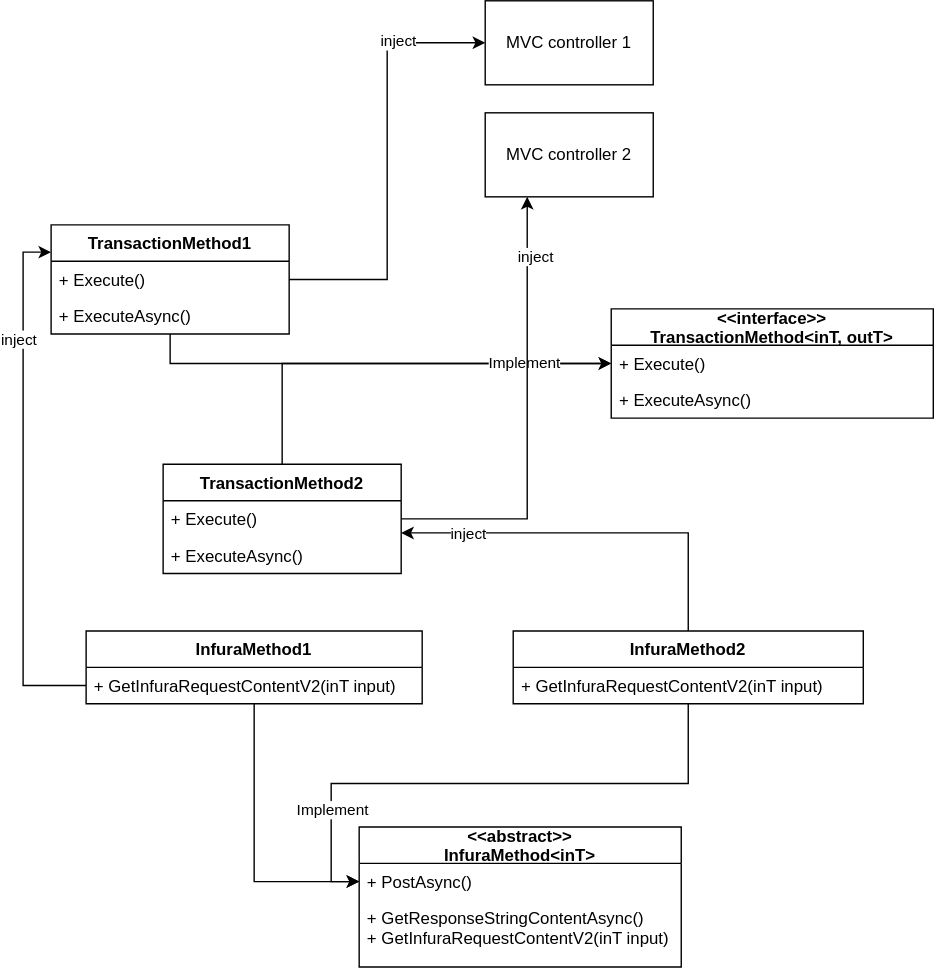
OnoNguyen/EthereumTransactionSearch keeps this draw.io diagram as infuraCD.svg. Above is the earlier version. Source tidied: cells renumbered, new cells last; positions are measured from the earlier drawing's top-left corner, leaving out a move shared by most shapes.
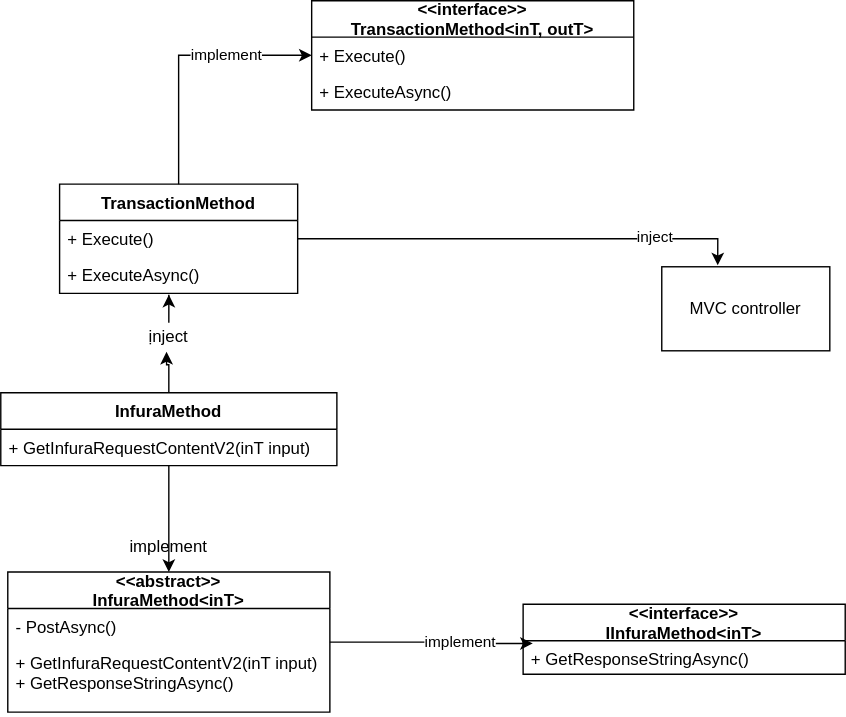
After the change.

What changed in the source:
```diff
@@ -3,7 +3,7 @@
     <mxCell id="0" />
     <mxCell id="1" parent="0" />
     <mxCell id="2" value="&lt;&lt;interface&gt;&gt;&#10;TransactionMethod&lt;inT, outT&gt;" style="swimlane;fontStyle=1;horizontal=1;startSize=26;fillColor=none;" parent="1" vertex="1">
-      <mxGeometry x="400" y="220" width="230" height="78" as="geometry" />
+      <mxGeometry x="210" y="-160" width="230" height="78" as="geometry" />
     </mxCell>
     <mxCell id="3" value="+ Execute()" style="text;strokeColor=none;fillColor=none;align=left;verticalAlign=top;spacingLeft=4;spacingRight=4;overflow=hidden;points=[[0,0.5],[1,0.5]];portConstraint=eastwest;" parent="2" vertex="1">
       <mxGeometry y="26" width="230" height="26" as="geometry" />
@@ -14,14 +14,17 @@
     <mxCell id="5" style="edgeStyle=orthogonalEdgeStyle;rounded=0;jettySize=auto;html=1;entryX=0;entryY=0.5;entryDx=0;entryDy=0;" parent="1" edge="1" source="8" target="3">
       <mxGeometry relative="1" as="geometry" />
     </mxCell>
+    <mxCell id="34" value="implement" style="edgeLabel;html=1;align=center;verticalAlign=middle;" parent="5" vertex="1">
+      <mxGeometry x="0.34" y="1" relative="1" as="geometry" />
+    </mxCell>
-    <mxCell id="6" style="edgeStyle=orthogonalEdgeStyle;rounded=0;jettySize=auto;html=1;entryX=0;entryY=0.5;entryDx=0;entryDy=0;" parent="1" edge="1" source="8" target="32">
+    <mxCell id="6" style="edgeStyle=orthogonalEdgeStyle;rounded=0;jettySize=auto;html=1;entryX=0.333;entryY=-0.017;entryDx=0;entryDy=0;entryPerimeter=0;" parent="1" edge="1" source="8" target="33">
       <mxGeometry relative="1" as="geometry" />
     </mxCell>
     <mxCell id="7" value="inject" style="edgeLabel;html=1;align=center;verticalAlign=middle;" parent="6" vertex="1">
       <mxGeometry x="0.59" y="2" relative="1" as="geometry" />
     </mxCell>
-    <mxCell id="8" value="TransactionMethod1" style="swimlane;fontStyle=1;horizontal=1;startSize=26;fillColor=none;" parent="1" vertex="1">
-      <mxGeometry y="160" width="170" height="78" as="geometry" />
+    <mxCell id="8" value="TransactionMethod" style="swimlane;fontStyle=1;horizontal=1;startSize=26;fillColor=none;" parent="1" vertex="1">
+      <mxGeometry x="30" y="-29" width="170" height="78" as="geometry" />
     </mxCell>
     <mxCell id="9" value="+ Execute()" style="text;strokeColor=none;fillColor=none;align=left;verticalAlign=top;spacingLeft=4;spacingRight=4;overflow=hidden;" parent="8" vertex="1">
       <mxGeometry y="26" width="170" height="26" as="geometry" />
@@ -29,74 +32,50 @@
     <mxCell id="10" value="+ ExecuteAsync()" style="text;strokeColor=none;fillColor=none;align=left;verticalAlign=top;spacingLeft=4;spacingRight=4;overflow=hidden;points=[[0,0.5],[1,0.5]];portConstraint=eastwest;" parent="8" vertex="1">
       <mxGeometry y="52" width="170" height="26" as="geometry" />
     </mxCell>
-    <mxCell id="11" style="edgeStyle=orthogonalEdgeStyle;rounded=0;jettySize=auto;html=1;entryX=0;entryY=0.5;entryDx=0;entryDy=0;" parent="1" edge="1" source="15" target="3">
-      <mxGeometry relative="1" as="geometry" />
-    </mxCell>
-    <mxCell id="12" value="Implement" style="edgeLabel;html=1;align=center;verticalAlign=middle;" parent="11" vertex="1">
-      <mxGeometry x="0.59" y="1" relative="1" as="geometry" />
-    </mxCell>
-    <mxCell id="13" style="edgeStyle=orthogonalEdgeStyle;rounded=0;jettySize=auto;html=1;entryX=0.25;entryY=1;entryDx=0;entryDy=0;" parent="1" edge="1" source="15" target="33">
-      <mxGeometry relative="1" as="geometry" />
-    </mxCell>
-    <mxCell id="14" value="inject" style="edgeLabel;html=1;align=center;verticalAlign=middle;" parent="13" vertex="1">
-      <mxGeometry x="0.74" y="-5" relative="1" as="geometry" />
-    </mxCell>
-    <mxCell id="15" value="TransactionMethod2" style="swimlane;fontStyle=1;horizontal=1;startSize=26;fillColor=none;" parent="1" vertex="1">
-      <mxGeometry x="80" y="331" width="170" height="78" as="geometry" />
-    </mxCell>
-    <mxCell id="16" value="+ Execute()" style="text;strokeColor=none;fillColor=none;align=left;verticalAlign=top;spacingLeft=4;spacingRight=4;overflow=hidden;" parent="15" vertex="1">
-      <mxGeometry y="26" width="170" height="26" as="geometry" />
-    </mxCell>
-    <mxCell id="17" value="+ ExecuteAsync()" style="text;strokeColor=none;fillColor=none;align=left;verticalAlign=top;spacingLeft=4;spacingRight=4;overflow=hidden;points=[[0,0.5],[1,0.5]];portConstraint=eastwest;" parent="15" vertex="1">
-      <mxGeometry y="52" width="170" height="26" as="geometry" />
-    </mxCell>
+    <mxCell id="35" style="edgeStyle=orthogonalEdgeStyle;rounded=0;jettySize=auto;html=1;entryX=0.03;entryY=0.083;entryDx=0;entryDy=0;entryPerimeter=0;" parent="1" edge="1" source="18" target="40">
+      <mxGeometry relative="1" as="geometry" />
+    </mxCell>
+    <mxCell id="36" value="implement" style="edgeLabel;html=1;align=center;verticalAlign=middle;" parent="35" vertex="1">
+      <mxGeometry x="0.29" y="1" relative="1" as="geometry" />
+    </mxCell>
     <mxCell id="18" value="&lt;&lt;abstract&gt;&gt;&#10;InfuraMethod&lt;inT&gt;" style="swimlane;fontStyle=1;horizontal=1;startSize=26;fillColor=none;" parent="1" vertex="1">
-      <mxGeometry x="220" y="590" width="230" height="100" as="geometry" />
+      <mxGeometry x="-7" y="248" width="230" height="100" as="geometry" />
     </mxCell>
-    <mxCell id="19" value="+ PostAsync()" style="text;strokeColor=none;fillColor=none;align=left;verticalAlign=top;spacingLeft=4;spacingRight=4;overflow=hidden;points=[[0,0.5],[1,0.5]];portConstraint=eastwest;" parent="18" vertex="1">
+    <mxCell id="19" value="- PostAsync()" style="text;strokeColor=none;fillColor=none;align=left;verticalAlign=top;spacingLeft=4;spacingRight=4;overflow=hidden;points=[[0,0.5],[1,0.5]];portConstraint=eastwest;" parent="18" vertex="1">
       <mxGeometry y="26" width="230" height="26" as="geometry" />
     </mxCell>
-    <mxCell id="20" value="+ GetResponseStringContentAsync()&#10;+ GetInfuraRequestContentV2(inT input)" style="text;strokeColor=none;fillColor=none;align=left;verticalAlign=top;spacingLeft=4;spacingRight=4;overflow=hidden;" parent="18" vertex="1">
+    <mxCell id="20" value="+ GetInfuraRequestContentV2(inT input)&#10;+ GetResponseStringAsync()" style="text;strokeColor=none;fillColor=none;align=left;verticalAlign=top;spacingLeft=4;spacingRight=4;overflow=hidden;" parent="18" vertex="1">
       <mxGeometry y="52" width="230" height="48" as="geometry" />
     </mxCell>
-    <mxCell id="21" style="edgeStyle=orthogonalEdgeStyle;rounded=0;jettySize=auto;html=1;entryX=0;entryY=0.5;entryDx=0;entryDy=0;" parent="1" edge="1" source="22" target="19">
-      <mxGeometry relative="1" as="geometry" />
-    </mxCell>
+    <mxCell id="37" style="edgeStyle=orthogonalEdgeStyle;rounded=0;jettySize=auto;html=1;entryX=0.459;entryY=1.038;entryDx=0;entryDy=0;entryPerimeter=0;" parent="1" edge="1" source="42" target="10">
+      <mxGeometry relative="1" as="geometry" />
+    </mxCell>
+    <mxCell id="38" style="edgeStyle=orthogonalEdgeStyle;rounded=0;jettySize=auto;html=1;entryX=0.5;entryY=0;entryDx=0;entryDy=0;" parent="1" edge="1" source="22" target="18">
+      <mxGeometry relative="1" as="geometry" />
+    </mxCell>
-    <mxCell id="22" value="InfuraMethod1" style="swimlane;fontStyle=1;horizontal=1;startSize=26;fillColor=none;" parent="1" vertex="1">
-      <mxGeometry x="25" y="450" width="240" height="52" as="geometry" />
+    <mxCell id="22" value="InfuraMethod" style="swimlane;fontStyle=1;horizontal=1;startSize=26;fillColor=none;" parent="1" vertex="1">
+      <mxGeometry x="-12" y="120" width="240" height="52" as="geometry" />
     </mxCell>
     <mxCell id="23" value="+ GetInfuraRequestContentV2(inT input)" style="text;strokeColor=none;fillColor=none;align=left;verticalAlign=top;spacingLeft=4;spacingRight=4;overflow=hidden;points=[[0,0.5],[1,0.5]];portConstraint=eastwest;" parent="22" vertex="1">
       <mxGeometry y="26" width="240" height="26" as="geometry" />
     </mxCell>
-    <mxCell id="24" style="edgeStyle=orthogonalEdgeStyle;rounded=0;jettySize=auto;html=1;entryX=0;entryY=0.5;entryDx=0;entryDy=0;" parent="1" edge="1" source="28" target="19">
-      <mxGeometry relative="1" as="geometry" />
-    </mxCell>
-    <mxCell id="25" value="Implement" style="edgeLabel;html=1;align=center;verticalAlign=middle;" parent="24" vertex="1">
-      <mxGeometry x="0.64" relative="1" as="geometry" />
-    </mxCell>
-    <mxCell id="26" style="edgeStyle=orthogonalEdgeStyle;rounded=0;jettySize=auto;html=1;entryX=1;entryY=-0.115;entryDx=0;entryDy=0;entryPerimeter=0;" parent="1" edge="1" source="28" target="17">
-      <mxGeometry relative="1" as="geometry" />
-    </mxCell>
-    <mxCell id="27" value="inject" style="edgeLabel;html=1;align=center;verticalAlign=middle;" parent="26" vertex="1">
-      <mxGeometry x="0.66" relative="1" as="geometry" />
-    </mxCell>
-    <mxCell id="28" value="InfuraMethod2" style="swimlane;fontStyle=1;horizontal=1;startSize=26;fillColor=none;" parent="1" vertex="1">
-      <mxGeometry x="330" y="450" width="250" height="52" as="geometry" />
-    </mxCell>
-    <mxCell id="29" value="+ GetInfuraRequestContentV2(inT input)" style="text;strokeColor=none;fillColor=none;align=left;verticalAlign=top;spacingLeft=4;spacingRight=4;overflow=hidden;" parent="28" vertex="1">
-      <mxGeometry y="26" width="250" height="26" as="geometry" />
-    </mxCell>
-    <mxCell id="30" style="edgeStyle=orthogonalEdgeStyle;rounded=0;jettySize=auto;html=1;entryX=0;entryY=0.25;entryDx=0;entryDy=0;" parent="1" edge="1" source="23" target="8">
-      <mxGeometry relative="1" as="geometry" />
-    </mxCell>
-    <mxCell id="31" value="inject" style="edgeLabel;html=1;align=center;verticalAlign=middle;" parent="30" vertex="1">
-      <mxGeometry x="0.56" y="4" relative="1" as="geometry" />
-    </mxCell>
-    <mxCell id="32" value="MVC controller 1" style="rounded=0;whiteSpace=wrap;html=1;" parent="1" vertex="1">
-      <mxGeometry x="310" width="120" height="60" as="geometry" />
-    </mxCell>
-    <mxCell id="33" value="MVC controller 2" style="rounded=0;whiteSpace=wrap;html=1;" parent="1" vertex="1">
-      <mxGeometry x="310" y="80" width="120" height="60" as="geometry" />
+    <mxCell id="33" value="MVC controller" style="rounded=0;whiteSpace=wrap;html=1;" parent="1" vertex="1">
+      <mxGeometry x="460" y="30" width="120" height="60" as="geometry" />
     </mxCell>
+    <mxCell id="39" value="&lt;&lt;interface&gt;&gt;&#10;IInfuraMethod&lt;inT&gt;" style="swimlane;fontStyle=1;horizontal=1;startSize=26;fillColor=none;" parent="1" vertex="1">
+      <mxGeometry x="361" y="271" width="230" height="50" as="geometry" />
+    </mxCell>
+    <mxCell id="40" value="+ GetResponseStringAsync()" style="text;strokeColor=none;fillColor=none;align=left;verticalAlign=top;spacingLeft=4;spacingRight=4;overflow=hidden;points=[[0,0.5],[1,0.5]];portConstraint=eastwest;" parent="39" vertex="1">
+      <mxGeometry y="26" width="230" height="24" as="geometry" />
+    </mxCell>
+    <mxCell id="41" value="implement" style="text;html=1;strokeColor=none;fillColor=none;align=center;verticalAlign=middle;whiteSpace=wrap;rounded=0;" parent="1" vertex="1">
+      <mxGeometry x="88" y="220" width="40" height="20" as="geometry" />
+    </mxCell>
+    <mxCell id="42" value="ịnject" style="text;html=1;strokeColor=none;fillColor=none;align=center;verticalAlign=middle;whiteSpace=wrap;rounded=0;" parent="1" vertex="1">
+      <mxGeometry x="88" y="70" width="40" height="20" as="geometry" />
+    </mxCell>
+    <mxCell id="43" style="edgeStyle=orthogonalEdgeStyle;rounded=0;jettySize=auto;html=1;entryX=0.459;entryY=1.038;entryDx=0;entryDy=0;entryPerimeter=0;" parent="1" edge="1" source="22" target="42">
+      <mxGeometry relative="1" as="geometry" />
+    </mxCell>
   </root>
 </mxGraphModel>
```
